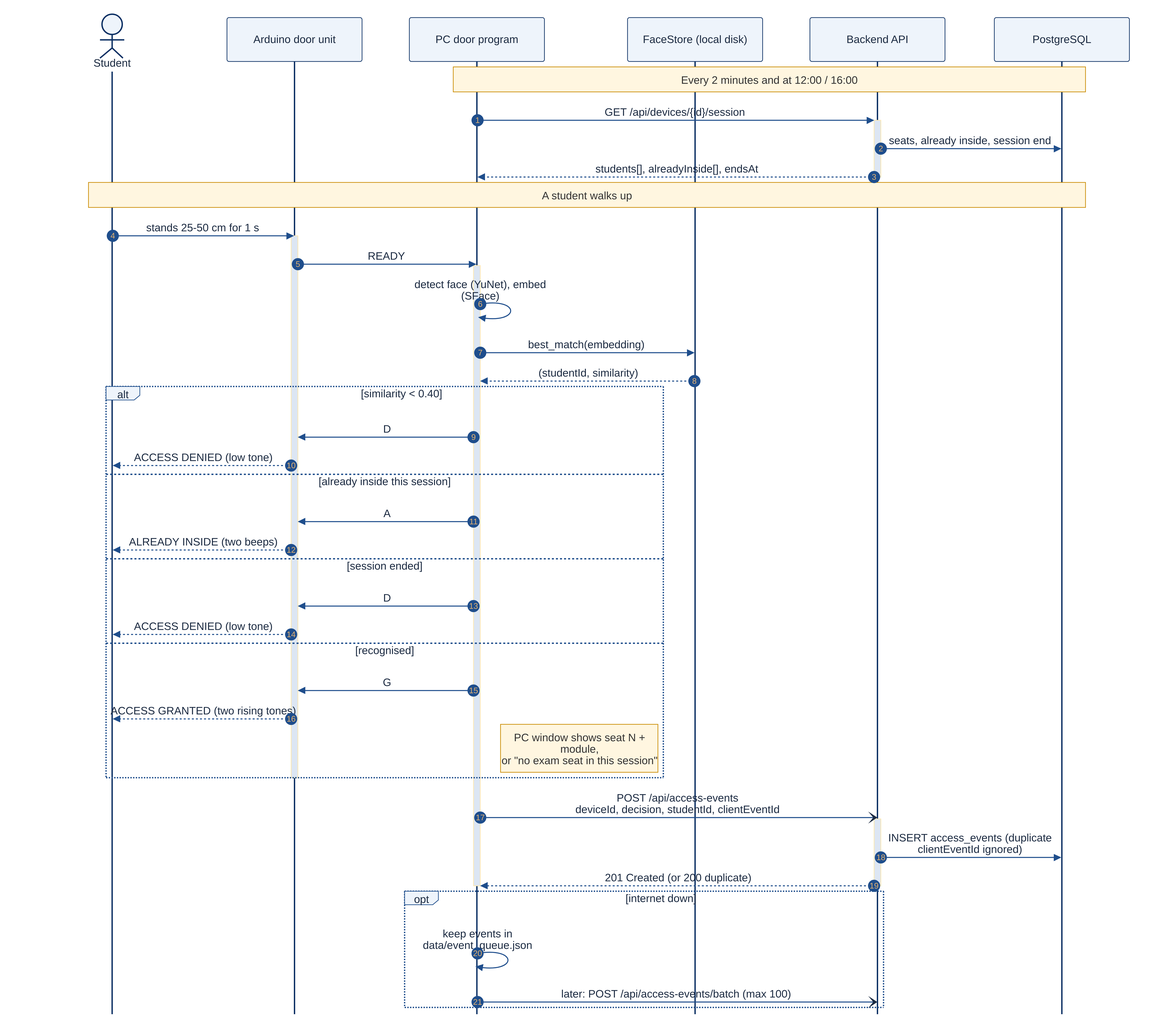
This is docs_out/figures/mermaid/seq_access.png from TebogoClifford/Smart_Registration_System, a Mermaid export, as it was before one commit. Its source is kept beside it as docs_out/figures/mermaid/src/seq_access.mmd. The source it was exported from:
```mermaid
sequenceDiagram
    autonumber
    actor S as Student
    participant A as Arduino door unit
    participant PC as PC door program
    participant FS as FaceStore (local disk)
    participant API as Backend API
    participant DB as PostgreSQL
    Note over PC,DB: Every 2 minutes and at 12:00 / 16:00
    PC->>+API: GET /api/devices/{id}/session
    API->>DB: seats, already inside, session end
    API-->>-PC: students[], alreadyInside[], endsAt
    Note over S,DB: A student walks up
    S->>A: stands 25-50 cm for 1 s
    activate A
    A->>PC: READY
    activate PC
    PC->>PC: detect face (YuNet), embed (SFace)
    PC->>FS: best_match(embedding)
    FS-->>PC: (studentId, similarity)
    alt similarity < 0.40
        PC->>A: D
        A-->>S: ACCESS DENIED (low tone)
    else already inside this session
        PC->>A: A
        A-->>S: ALREADY INSIDE (two beeps)
    else session ended
        PC->>A: D
        A-->>S: ACCESS DENIED (low tone)
    else recognised
        PC->>A: G
        A-->>S: ACCESS GRANTED (two rising tones)
        Note right of PC: PC window shows seat N + module,<br/>or "no exam seat in this session"
    end
    deactivate A
    PC-)API: POST /api/access-events<br/>deviceId, decision, studentId, clientEventId
    activate API
    API->>DB: INSERT access_events (duplicate clientEventId ignored)
    API-->>PC: 201 Created (or 200 duplicate)
    deactivate API
    deactivate PC
    opt internet down
        PC->>PC: keep events in data/event_queue.json
        PC-)API: later: POST /api/access-events/batch (max 100)
    end
```
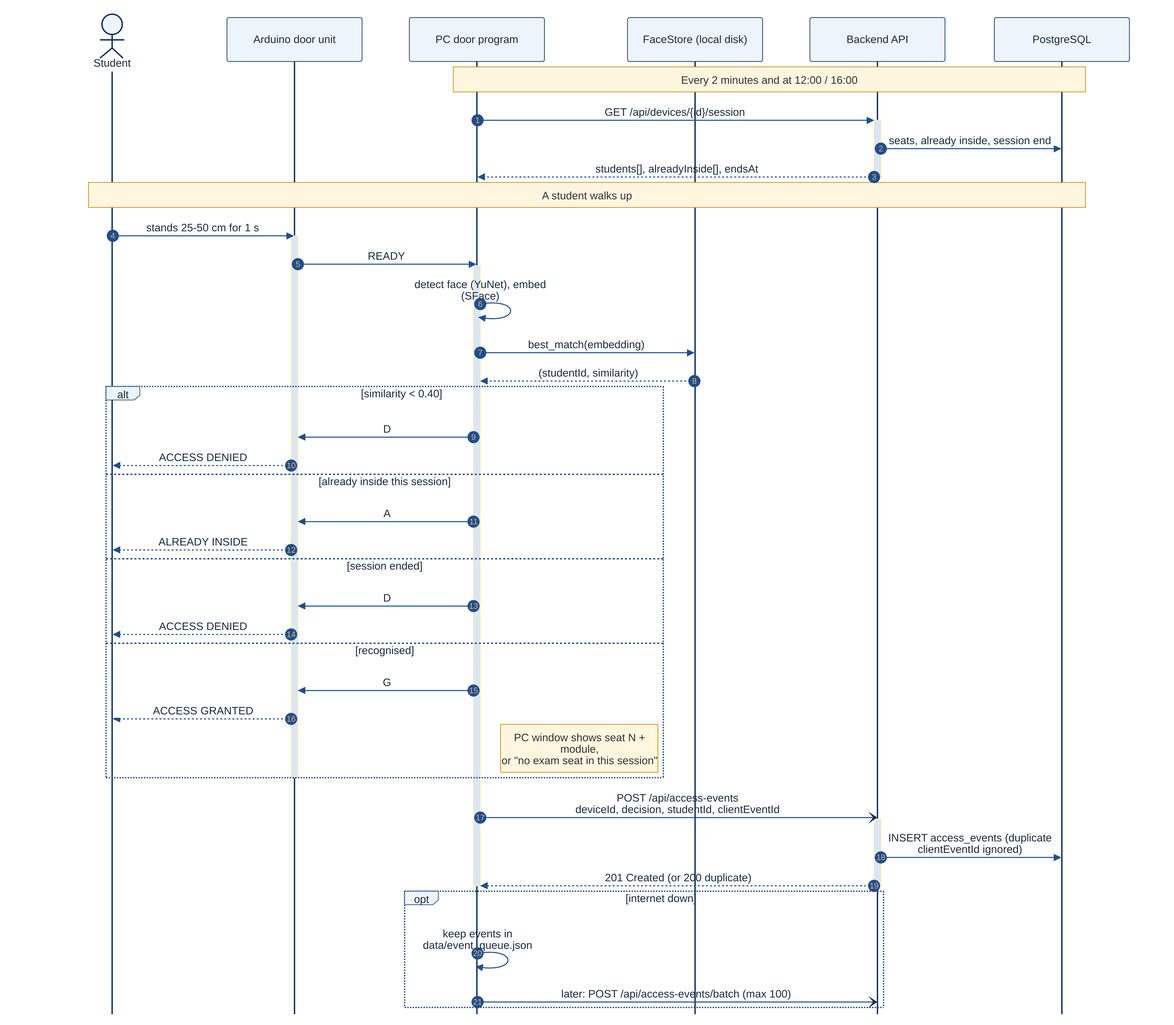
The same diagram one commit later.

Change to the diagram source:
```diff
@@ -20,16 +20,16 @@
     FS-->>PC: (studentId, similarity)
     alt similarity < 0.40
         PC->>A: D
-        A-->>S: ACCESS DENIED (low tone)
+        A-->>S: ACCESS DENIED
     else already inside this session
         PC->>A: A
-        A-->>S: ALREADY INSIDE (two beeps)
+        A-->>S: ALREADY INSIDE
     else session ended
         PC->>A: D
-        A-->>S: ACCESS DENIED (low tone)
+        A-->>S: ACCESS DENIED
     else recognised
         PC->>A: G
-        A-->>S: ACCESS GRANTED (two rising tones)
+        A-->>S: ACCESS GRANTED
         Note right of PC: PC window shows seat N + module,<br/>or "no exam seat in this session"
     end
     deactivate A
```
